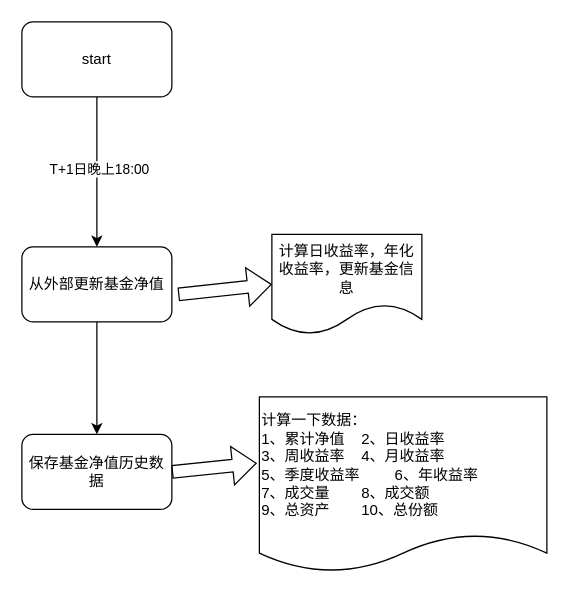
The draw.io diagram page "基金每日更新流程" (1 of 2) of fund-platform/fund-platform.drawio in xiaomingcong/my-draw-io-chart, before the edit. Source tidied: cells renumbered, new cells numbered last; positions are measured from the earlier drawing's top-left corner, leaving out a move shared by most shapes. Both pictures are drawn from the tidied source at 125%, with x=0, y=0 at pixel (21, 21).
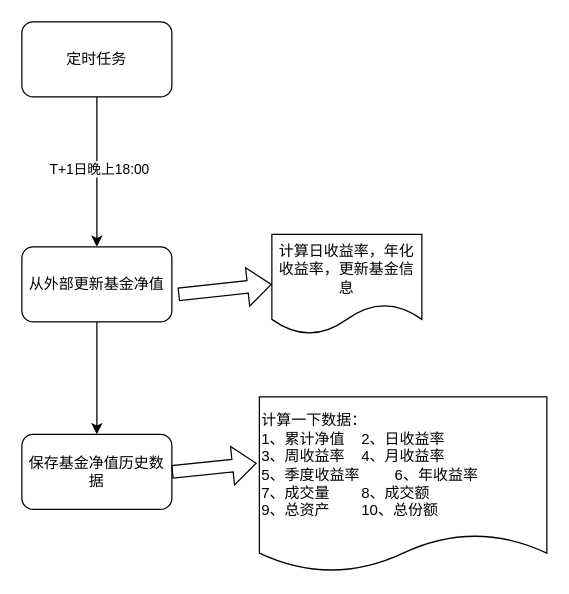
The same diagram, later.

Change to the diagram source:
```diff
@@
 <mxGraphModel>
   <root>
     <mxCell id="0" />
     <mxCell id="1" parent="0" />
     <mxCell id="2" style="edgeStyle=orthogonalEdgeStyle;rounded=0;jettySize=auto;html=1;entryX=0.5;entryY=0;entryDx=0;entryDy=0;" parent="1" edge="1" source="4" target="6">
       <mxGeometry relative="1" as="geometry" />
     </mxCell>
     <mxCell id="3" value="T+1日晚上18:00" style="edgeLabel;html=1;align=center;verticalAlign=middle;" parent="2" vertex="1">
       <mxGeometry x="-0.05" y="1" relative="1" as="geometry" />
     </mxCell>
-    <mxCell id="4" value="start" style="rounded=1;whiteSpace=wrap;html=1;" parent="1" vertex="1">
+    <mxCell id="4" value="定时任务" style="rounded=1;whiteSpace=wrap;html=1;" parent="1" vertex="1">
       <mxGeometry width="120" height="60" as="geometry" />
     </mxCell>
     <mxCell id="5" style="edgeStyle=orthogonalEdgeStyle;rounded=0;jettySize=auto;html=1;entryX=0.5;entryY=0;entryDx=0;entryDy=0;" parent="1" edge="1" source="6" target="7">
       <mxGeometry relative="1" as="geometry" />
     </mxCell>
     <mxCell id="6" value="从外部更新基金净值" style="rounded=1;whiteSpace=wrap;html=1;" parent="1" vertex="1">
       <mxGeometry y="180" width="120" height="60" as="geometry" />
     </mxCell>
     <mxCell id="7" value="保存基金净值历史数据" style="rounded=1;whiteSpace=wrap;html=1;" parent="1" vertex="1">
       <mxGeometry y="330" width="120" height="60" as="geometry" />
     </mxCell>
     <mxCell id="8" value="计算一下数据：&lt;div&gt;1、累计净值&amp;nbsp;&lt;span style=&quot;white-space: pre;&quot;&gt;&#9;&lt;/span&gt;&lt;span style=&quot;background-color: transparent; color: light-dark(rgb(0, 0, 0), rgb(255, 255, 255));&quot;&gt;2、日收益率&lt;/span&gt;&lt;/div&gt;&lt;div&gt;3、周收益率&lt;span style=&quot;white-space: pre;&quot;&gt;&#9;&lt;/span&gt;&lt;span style=&quot;background-color: transparent; color: light-dark(rgb(0, 0, 0), rgb(255, 255, 255));&quot;&gt;4、月收益率&lt;/span&gt;&lt;/div&gt;&lt;div&gt;5、季度收益率&lt;span style=&quot;white-space: pre;&quot;&gt;&#9;&lt;/span&gt;&lt;span style=&quot;background-color: transparent; color: light-dark(rgb(0, 0, 0), rgb(255, 255, 255));&quot;&gt;6、年收益率&lt;/span&gt;&lt;/div&gt;&lt;div&gt;7、成交量&lt;span style=&quot;white-space: pre;&quot;&gt;&#9;&lt;/span&gt;&lt;span style=&quot;background-color: transparent; color: light-dark(rgb(0, 0, 0), rgb(255, 255, 255));&quot;&gt;8、成交额&lt;/span&gt;&lt;/div&gt;&lt;div style=&quot;&quot;&gt;9、总资产&lt;span style=&quot;white-space: pre;&quot;&gt;&#9;&lt;/span&gt;&lt;span style=&quot;background-color: transparent; color: light-dark(rgb(0, 0, 0), rgb(255, 255, 255));&quot;&gt;10、总份额&lt;/span&gt;&lt;/div&gt;" style="shape=document;whiteSpace=wrap;html=1;boundedLbl=1;align=left;size=0.21428571428571427;" parent="1" vertex="1">
       <mxGeometry x="190" y="300" width="230" height="140" as="geometry" />
     </mxCell>
     <mxCell id="9" value="计算日收益率，年化收益率，更新基金信息" style="shape=document;whiteSpace=wrap;html=1;boundedLbl=1;" parent="1" vertex="1">
       <mxGeometry x="200" y="170" width="120" height="80" as="geometry" />
     </mxCell>
     <mxCell id="10" style="shape=flexArrow;endArrow=classic;html=1;rounded=0;entryX=0;entryY=0.5;entryDx=0;entryDy=0;exitX=1.042;exitY=0.633;exitDx=0;exitDy=0;exitPerimeter=0;" parent="1" edge="1" source="6" target="9">
       <mxGeometry relative="1" as="geometry" />
     </mxCell>
     <mxCell id="11" style="shape=flexArrow;endArrow=classic;html=1;rounded=0;entryX=-0.009;entryY=0.379;entryDx=0;entryDy=0;entryPerimeter=0;exitX=1;exitY=0.5;exitDx=0;exitDy=0;" parent="1" edge="1" source="7" target="8">
       <mxGeometry relative="1" as="geometry" />
     </mxCell>
   </root>
 </mxGraphModel>
```
